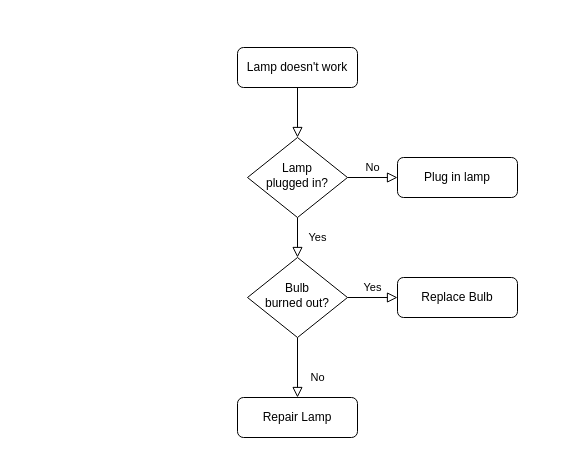
Before: Untitled Diagram.drawio in VimanyuAggarwal/PracticeRepository, a draw.io diagram. Source tidied: cells renumbered, new cells numbered last; positions are measured from the earlier drawing's top-left corner, leaving out a move shared by most shapes. Both pictures are drawn from the tidied source at 100%, with x=0, y=0 at pixel (237, 47).
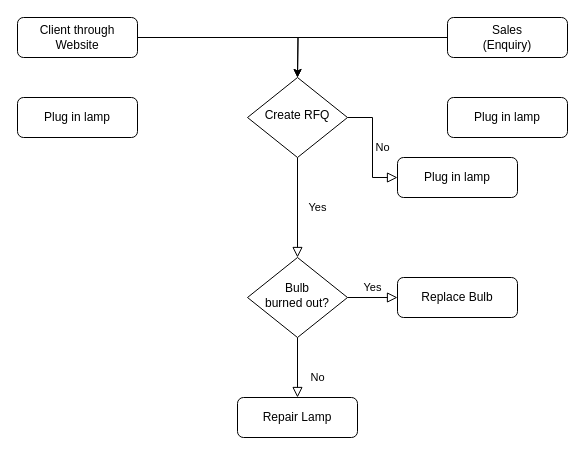
After the change.

The edit, as a diff of the source:
```diff
@@
 <mxGraphModel>
   <root>
     <mxCell id="0" />
     <mxCell id="1" parent="0" />
-    <mxCell id="2" style="rounded=0;html=1;jettySize=auto;fontSize=11;endArrow=block;endFill=0;endSize=8;strokeWidth=1;shadow=0;labelBackgroundColor=none;edgeStyle=orthogonalEdgeStyle;" parent="1" edge="1" source="3" target="6">
-      <mxGeometry relative="1" as="geometry" />
-    </mxCell>
+    <mxCell id="13" style="edgeStyle=orthogonalEdgeStyle;rounded=0;jettySize=auto;html=1;" parent="1" edge="1" source="3">
+      <mxGeometry relative="1" as="geometry">
+        <mxPoint x="60" y="30" as="targetPoint" />
+      </mxGeometry>
+    </mxCell>
-    <mxCell id="3" value="Lamp doesn't work" style="rounded=1;whiteSpace=wrap;html=1;fontSize=12;glass=0;strokeWidth=1;shadow=0;" parent="1" vertex="1">
-      <mxGeometry width="120" height="40" as="geometry" />
+    <mxCell id="3" value="Client through Website" style="rounded=1;whiteSpace=wrap;html=1;fontSize=12;glass=0;strokeWidth=1;shadow=0;" parent="1" vertex="1">
+      <mxGeometry x="-220" y="-30" width="120" height="40" as="geometry" />
     </mxCell>
     <mxCell id="4" value="Yes" style="rounded=0;html=1;jettySize=auto;fontSize=11;endArrow=block;endFill=0;endSize=8;strokeWidth=1;shadow=0;labelBackgroundColor=none;edgeStyle=orthogonalEdgeStyle;" parent="1" edge="1" source="6" target="10">
       <mxGeometry y="20" relative="1" as="geometry" />
     </mxCell>
     <mxCell id="5" value="No" style="edgeStyle=orthogonalEdgeStyle;rounded=0;html=1;jettySize=auto;fontSize=11;endArrow=block;endFill=0;endSize=8;strokeWidth=1;shadow=0;labelBackgroundColor=none;" parent="1" edge="1" source="6" target="7">
       <mxGeometry y="10" relative="1" as="geometry" />
     </mxCell>
-    <mxCell id="6" value="Lamp&lt;br&gt;plugged in?" style="rhombus;whiteSpace=wrap;html=1;shadow=0;fontFamily=Helvetica;fontSize=12;align=center;strokeWidth=1;spacing=6;spacingTop=-4;" parent="1" vertex="1">
-      <mxGeometry x="10" y="90" width="100" height="80" as="geometry" />
+    <mxCell id="6" value="Create RFQ" style="rhombus;whiteSpace=wrap;html=1;shadow=0;fontFamily=Helvetica;fontSize=12;align=center;strokeWidth=1;spacing=6;spacingTop=-4;" parent="1" vertex="1">
+      <mxGeometry x="10" y="30" width="100" height="80" as="geometry" />
     </mxCell>
     <mxCell id="7" value="Plug in lamp" style="rounded=1;whiteSpace=wrap;html=1;fontSize=12;glass=0;strokeWidth=1;shadow=0;" parent="1" vertex="1">
       <mxGeometry x="160" y="110" width="120" height="40" as="geometry" />
     </mxCell>
     <mxCell id="8" value="No" style="rounded=0;html=1;jettySize=auto;fontSize=11;endArrow=block;endFill=0;endSize=8;strokeWidth=1;shadow=0;labelBackgroundColor=none;edgeStyle=orthogonalEdgeStyle;" parent="1" edge="1" source="10" target="11">
       <mxGeometry x="0.33" y="20" relative="1" as="geometry" />
     </mxCell>
     <mxCell id="9" value="Yes" style="edgeStyle=orthogonalEdgeStyle;rounded=0;html=1;jettySize=auto;fontSize=11;endArrow=block;endFill=0;endSize=8;strokeWidth=1;shadow=0;labelBackgroundColor=none;" parent="1" edge="1" source="10" target="12">
       <mxGeometry y="10" relative="1" as="geometry" />
     </mxCell>
     <mxCell id="10" value="Bulb&lt;br&gt;burned out?" style="rhombus;whiteSpace=wrap;html=1;shadow=0;fontFamily=Helvetica;fontSize=12;align=center;strokeWidth=1;spacing=6;spacingTop=-4;" parent="1" vertex="1">
       <mxGeometry x="10" y="210" width="100" height="80" as="geometry" />
     </mxCell>
     <mxCell id="11" value="Repair Lamp" style="rounded=1;whiteSpace=wrap;html=1;fontSize=12;glass=0;strokeWidth=1;shadow=0;" parent="1" vertex="1">
       <mxGeometry y="350" width="120" height="40" as="geometry" />
     </mxCell>
     <mxCell id="12" value="Replace Bulb" style="rounded=1;whiteSpace=wrap;html=1;fontSize=12;glass=0;strokeWidth=1;shadow=0;" parent="1" vertex="1">
       <mxGeometry x="160" y="230" width="120" height="40" as="geometry" />
     </mxCell>
+    <mxCell id="14" style="edgeStyle=orthogonalEdgeStyle;rounded=0;jettySize=auto;html=1;" parent="1" edge="1" source="15">
+      <mxGeometry relative="1" as="geometry">
+        <mxPoint x="60" y="30" as="targetPoint" />
+      </mxGeometry>
+    </mxCell>
+    <mxCell id="15" value="Sales&lt;br&gt;(Enquiry)" style="rounded=1;whiteSpace=wrap;html=1;fontSize=12;glass=0;strokeWidth=1;shadow=0;" parent="1" vertex="1">
+      <mxGeometry x="210" y="-30" width="120" height="40" as="geometry" />
+    </mxCell>
+    <mxCell id="16" value="Plug in lamp" style="rounded=1;whiteSpace=wrap;html=1;fontSize=12;glass=0;strokeWidth=1;shadow=0;" parent="1" vertex="1">
+      <mxGeometry x="-220" y="50" width="120" height="40" as="geometry" />
+    </mxCell>
+    <mxCell id="17" value="Plug in lamp" style="rounded=1;whiteSpace=wrap;html=1;fontSize=12;glass=0;strokeWidth=1;shadow=0;" parent="1" vertex="1">
+      <mxGeometry x="210" y="50" width="120" height="40" as="geometry" />
+    </mxCell>
   </root>
 </mxGraphModel>
```
